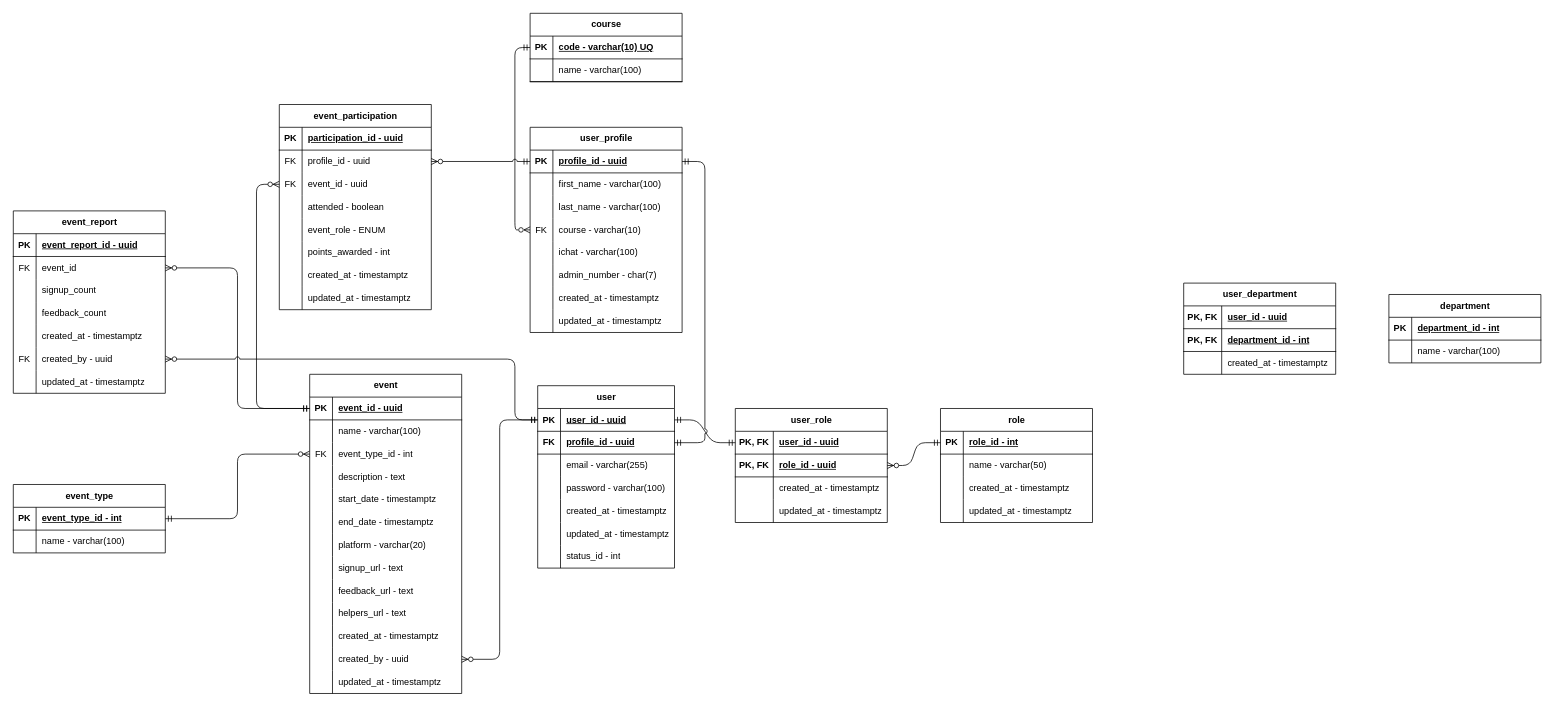
The draw.io diagram documentation/entity-diagram.drawio in proj-root/project-auxilium, before the edit. Source tidied: cells renumbered, new cells numbered last; positions are measured from the earlier drawing's top-left corner, leaving out a move shared by most shapes. Both pictures are drawn from the tidied source at 76%, with x=0, y=0 at pixel (13, 13).
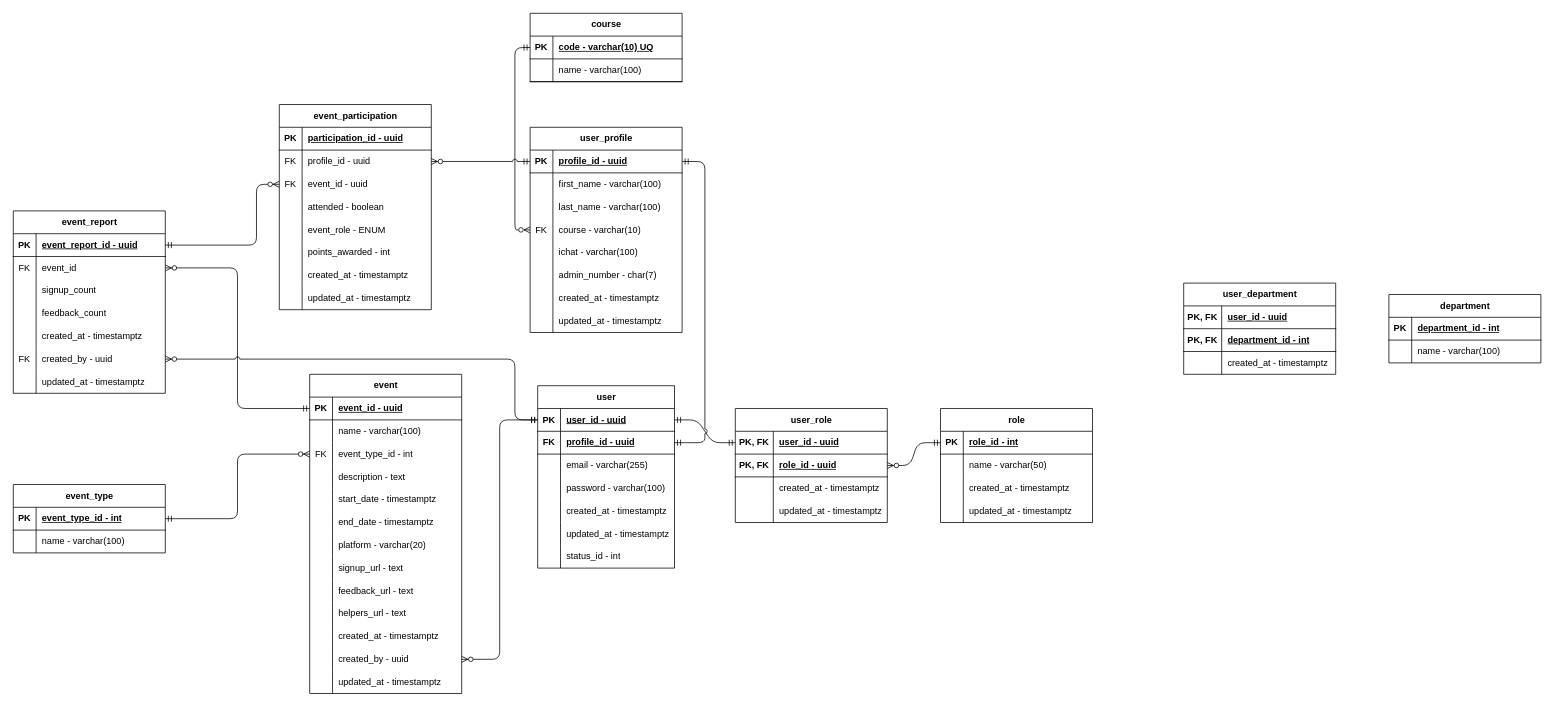
The same diagram, later.

Unchanged cells that the change refers to:
```xml
<mxCell id="78" style="shape=tableRow;horizontal=0;startSize=0;swimlaneHead=0;swimlaneBody=0;fillColor=none;points=[[0,0.5],[1,0.5]];portConstraint=eastwest;top=0;left=0;right=0;bottom=1;" parent="77" vertex="1">
  <mxGeometry y="30" width="200" height="30" as="geometry" />
</mxCell>
<mxCell id="128" style="shape=tableRow;horizontal=0;startSize=0;swimlaneHead=0;swimlaneBody=0;fillColor=none;points=[[0,0.5],[1,0.5]];portConstraint=eastwest;top=0;left=0;right=0;bottom=1;" parent="127" vertex="1">
  <mxGeometry y="30" width="200" height="30" as="geometry" />
</mxCell>
<mxCell id="183" style="shape=tableRow;horizontal=0;startSize=0;swimlaneHead=0;swimlaneBody=0;fillColor=none;points=[[0,0.5],[1,0.5]];portConstraint=eastwest;top=0;left=0;right=0;bottom=0;" parent="176" vertex="1">
  <mxGeometry y="90" width="200" height="30" as="geometry" />
</mxCell>
```

What changed in the source:
```diff
@@
-    <mxCell id="201" style="edgeStyle=orthogonalEdgeStyle;fontSize=12;html=1;endArrow=ERzeroToMany;startArrow=ERmandOne;entryX=0;entryY=0.5;entryDx=0;entryDy=0;exitX=0;exitY=0.5;exitDx=0;exitDy=0;" parent="1" edge="1" source="78" target="183">
+    <mxCell id="201" style="edgeStyle=orthogonalEdgeStyle;fontSize=12;html=1;endArrow=ERzeroToMany;startArrow=ERmandOne;entryX=0;entryY=0.5;entryDx=0;entryDy=0;exitX=1;exitY=0.5;exitDx=0;exitDy=0;" parent="1" edge="1" source="128" target="183">
       <mxGeometry relative="1" as="geometry">
         <Array as="points">
-          <mxPoint x="320" y="520" />
+          <mxPoint x="320" y="305" />
           <mxPoint x="320" y="225" />
         </Array>
       </mxGeometry>
     </mxCell>
```
